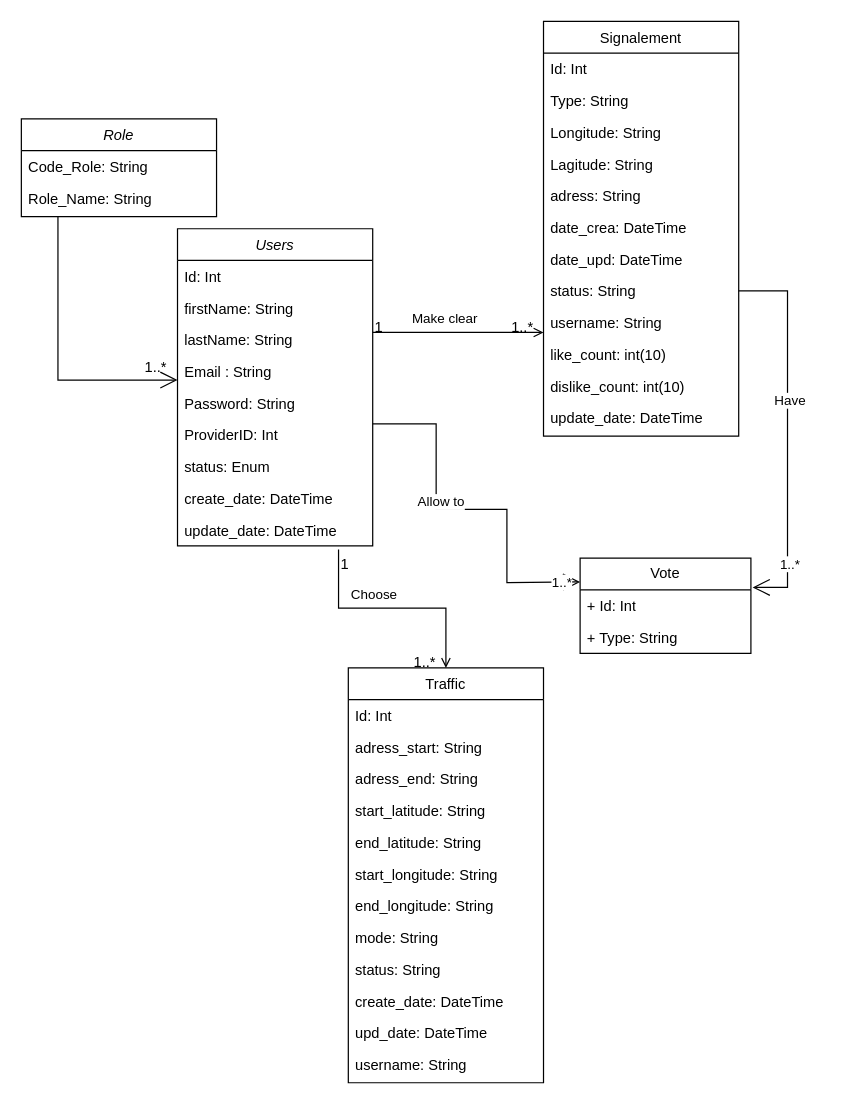
Above: documentation/file-diagramme-uml/Diagramme sans nom.drawio in hamza-bely/4proj (draw.io), before the change. Source tidied: cells renumbered, new cells numbered last; positions are measured from the earlier drawing's top-left corner, leaving out a move shared by most shapes. Both pictures are drawn from the tidied source at 122%, with x=0, y=0 at pixel (21, 21).
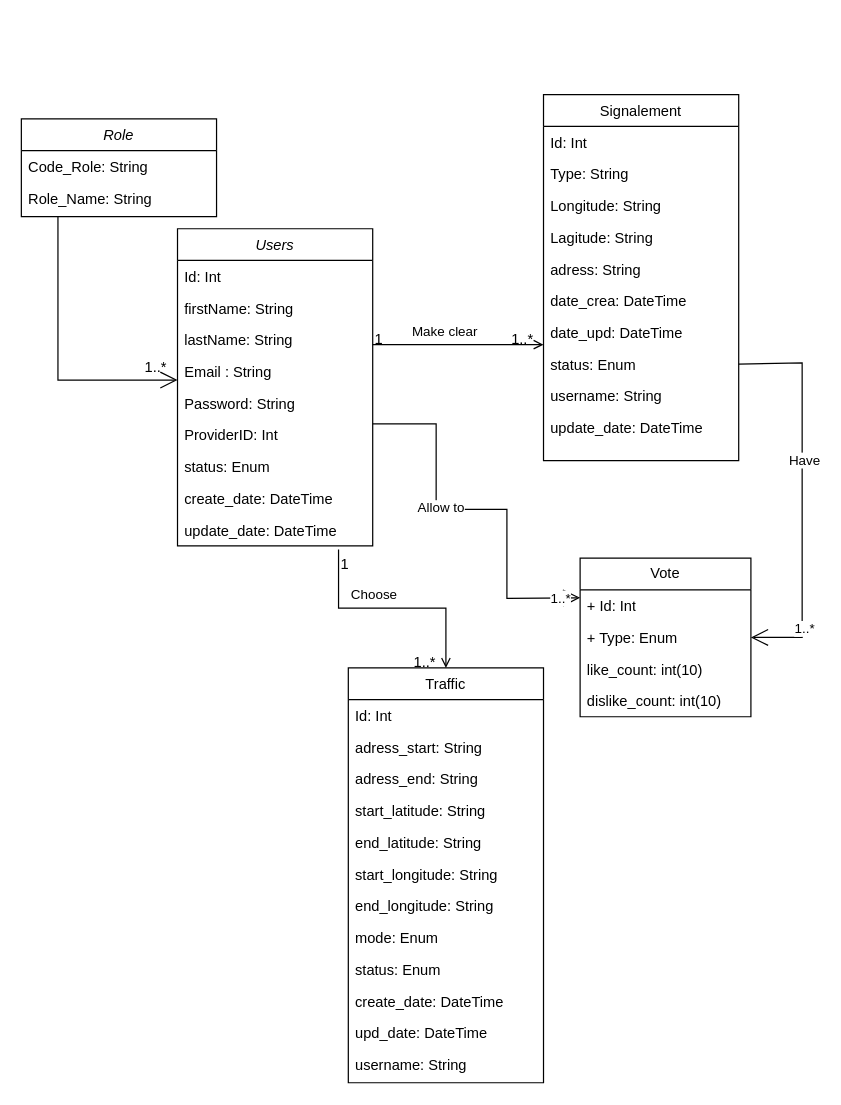
After the change.

Commit message:
Mettre à jour Diagramme sans nom.drawio

The change refers to these unchanged cells:
```xml
<mxCell id="8" value="ProviderID: Int" style="text;align=left;verticalAlign=top;spacingLeft=4;spacingRight=4;overflow=hidden;points=[[0,0.5],[1,0.5]];portConstraint=eastwest;rounded=0;shadow=0;html=0;" parent="2" vertex="1">
  <mxGeometry y="156" width="160" height="26" as="geometry" />
</mxCell>
<mxCell id="12" value="Traffic" style="swimlane;fontStyle=0;align=center;verticalAlign=top;horizontal=1;startSize=26;rounded=0;shadow=0;strokeWidth=1;" parent="1" vertex="1">
  <mxGeometry x="268" y="530" width="160" height="340" as="geometry" />
</mxCell>
<mxCell id="47" value="+ Id: Int" style="text;strokeColor=none;fillColor=none;align=left;verticalAlign=top;spacingLeft=4;spacingRight=4;overflow=hidden;points=[[0,0.5],[1,0.5]];portConstraint=eastwest;whiteSpace=wrap;html=1;" parent="46" vertex="1">
  <mxGeometry y="26" width="140" height="26" as="geometry" />
</mxCell>
```

The edit, as a diff of the source:
```diff
@@
-    <mxCell id="20" value="mode: String" style="text;align=left;verticalAlign=top;spacingLeft=4;spacingRight=4;overflow=hidden;" parent="12" vertex="1">
+    <mxCell id="20" value="mode: Enum" style="text;align=left;verticalAlign=top;spacingLeft=4;spacingRight=4;overflow=hidden;" parent="12" vertex="1">
       <mxGeometry y="208" width="160" height="26" as="geometry" />
     </mxCell>
-    <mxCell id="21" value="status: String" style="text;align=left;verticalAlign=top;spacingLeft=4;spacingRight=4;overflow=hidden;" parent="12" vertex="1">
+    <mxCell id="21" value="status: Enum" style="text;align=left;verticalAlign=top;spacingLeft=4;spacingRight=4;overflow=hidden;" parent="12" vertex="1">
       <mxGeometry y="234" width="160" height="26" as="geometry" />
     </mxCell>
@@
     <mxCell id="25" value="Signalement" style="swimlane;fontStyle=0;align=center;verticalAlign=top;horizontal=1;startSize=26;rounded=0;shadow=0;strokeWidth=1;" parent="1" vertex="1">
-      <mxGeometry x="428" width="160" height="340" as="geometry" />
+      <mxGeometry x="428" y="60" width="160" height="300" as="geometry" />
     </mxCell>
@@
-    <mxCell id="33" value="status: String" style="text;align=left;verticalAlign=top;spacingLeft=4;spacingRight=4;overflow=hidden;points=[[0,0.5],[1,0.5]];portConstraint=eastwest;rounded=0;shadow=0;html=0;" parent="25" vertex="1">
+    <mxCell id="33" value="status: Enum" style="text;align=left;verticalAlign=top;spacingLeft=4;spacingRight=4;overflow=hidden;points=[[0,0.5],[1,0.5]];portConstraint=eastwest;rounded=0;shadow=0;html=0;" parent="25" vertex="1">
       <mxGeometry y="208" width="160" height="26" as="geometry" />
     </mxCell>
@@
-    <mxCell id="35" value="like_count: int(10)" style="text;align=left;verticalAlign=top;spacingLeft=4;spacingRight=4;overflow=hidden;rounded=0;shadow=0;html=0;" parent="25" vertex="1">
-      <mxGeometry y="260" width="160" height="26" as="geometry" />
-    </mxCell>
-    <mxCell id="36" value="dislike_count: int(10)" style="text;align=left;verticalAlign=top;spacingLeft=4;spacingRight=4;overflow=hidden;rounded=0;shadow=0;html=0;" parent="25" vertex="1">
-      <mxGeometry y="286" width="160" height="26" as="geometry" />
-    </mxCell>
     <mxCell id="37" value="update_date: DateTime" style="text;align=left;verticalAlign=top;spacingLeft=4;spacingRight=4;overflow=hidden;rounded=0;shadow=0;html=0;" parent="25" vertex="1">
-      <mxGeometry y="312" width="160" height="26" as="geometry" />
+      <mxGeometry y="260" width="160" height="26" as="geometry" />
     </mxCell>
@@
     <mxCell id="46" value="Vote" style="swimlane;fontStyle=0;horizontal=1;startSize=26;fillColor=none;whiteSpace=wrap;html=1;" parent="1" vertex="1">
-      <mxGeometry x="458" y="440" width="140" height="78" as="geometry" />
+      <mxGeometry x="458" y="440" width="140" height="130" as="geometry" />
     </mxCell>
@@
-    <mxCell id="48" value="+ Type: String" style="text;strokeColor=none;fillColor=none;align=left;verticalAlign=top;spacingLeft=4;spacingRight=4;overflow=hidden;points=[[0,0.5],[1,0.5]];portConstraint=eastwest;whiteSpace=wrap;html=1;" parent="46" vertex="1">
+    <mxCell id="48" value="+ Type: Enum" style="text;strokeColor=none;fillColor=none;align=left;verticalAlign=top;spacingLeft=4;spacingRight=4;overflow=hidden;points=[[0,0.5],[1,0.5]];portConstraint=eastwest;whiteSpace=wrap;html=1;" parent="46" vertex="1">
       <mxGeometry y="52" width="140" height="26" as="geometry" />
     </mxCell>
+    <mxCell id="35" value="like_count: int(10)" style="text;strokeColor=none;fillColor=none;align=left;verticalAlign=top;spacingLeft=4;spacingRight=4;overflow=hidden;whiteSpace=wrap;html=1;" parent="46" vertex="1">
+      <mxGeometry y="78" width="140" height="26" as="geometry" />
+    </mxCell>
+    <mxCell id="36" value="dislike_count: int(10)" style="text;strokeColor=none;fillColor=none;align=left;verticalAlign=top;spacingLeft=4;spacingRight=4;overflow=hidden;whiteSpace=wrap;html=1;" parent="46" vertex="1">
+      <mxGeometry y="104" width="140" height="26" as="geometry" />
+    </mxCell>
     <mxCell id="49" style="endArrow=open;endFill=1;endSize=12;html=1;rounded=0;exitX=1;exitY=0.154;exitDx=0;exitDy=0;entryX=0;entryY=0.25;entryDx=0;entryDy=0;exitPerimeter=0;" parent="1" edge="1" source="8" target="46">
       <mxGeometry relative="1" as="geometry">
         <Array as="points">
           <mxPoint x="340" y="330" />
           <mxPoint x="340" y="400" />
           <mxPoint x="398" y="400" />
-          <mxPoint x="398" y="460" />
+          <mxPoint x="398" y="473" />
         </Array>
       </mxGeometry>
     </mxCell>
@@
-    <mxCell id="52" style="endArrow=open;endFill=1;endSize=12;html=1;rounded=0;entryX=1.01;entryY=-0.077;entryDx=0;entryDy=0;entryPerimeter=0;exitX=1;exitY=0.5;exitDx=0;exitDy=0;" parent="1" edge="1" source="33" target="47">
+    <mxCell id="52" style="endArrow=open;endFill=1;endSize=12;html=1;rounded=0;entryX=1;entryY=0.5;entryDx=0;entryDy=0;exitX=1;exitY=0.5;exitDx=0;exitDy=0;" parent="1" edge="1" source="33" target="48">
       <mxGeometry relative="1" as="geometry">
         <Array as="points">
-          <mxPoint x="628" y="221" />
-          <mxPoint x="628" y="464" />
+          <mxPoint x="640" y="280" />
+          <mxPoint x="640" y="380" />
+          <mxPoint x="640" y="505" />
         </Array>
       </mxGeometry>
     </mxCell>
```
